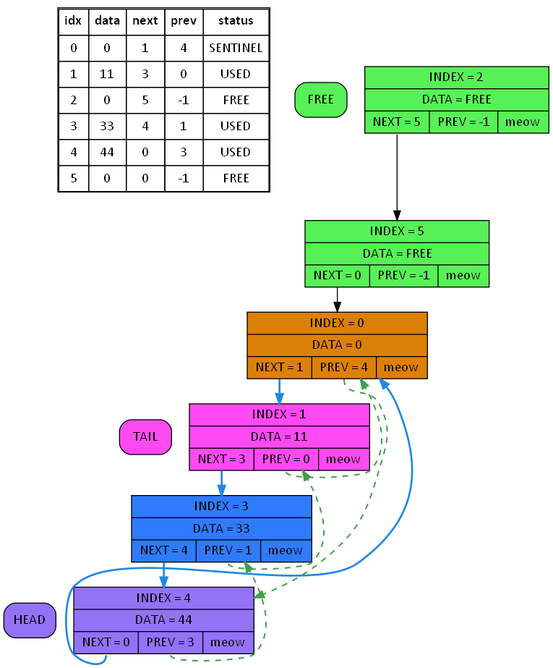
This is dump.png from YegorGr/Lists, a Graphviz export, as it was before one commit. Its source is kept beside it as dump.dot.
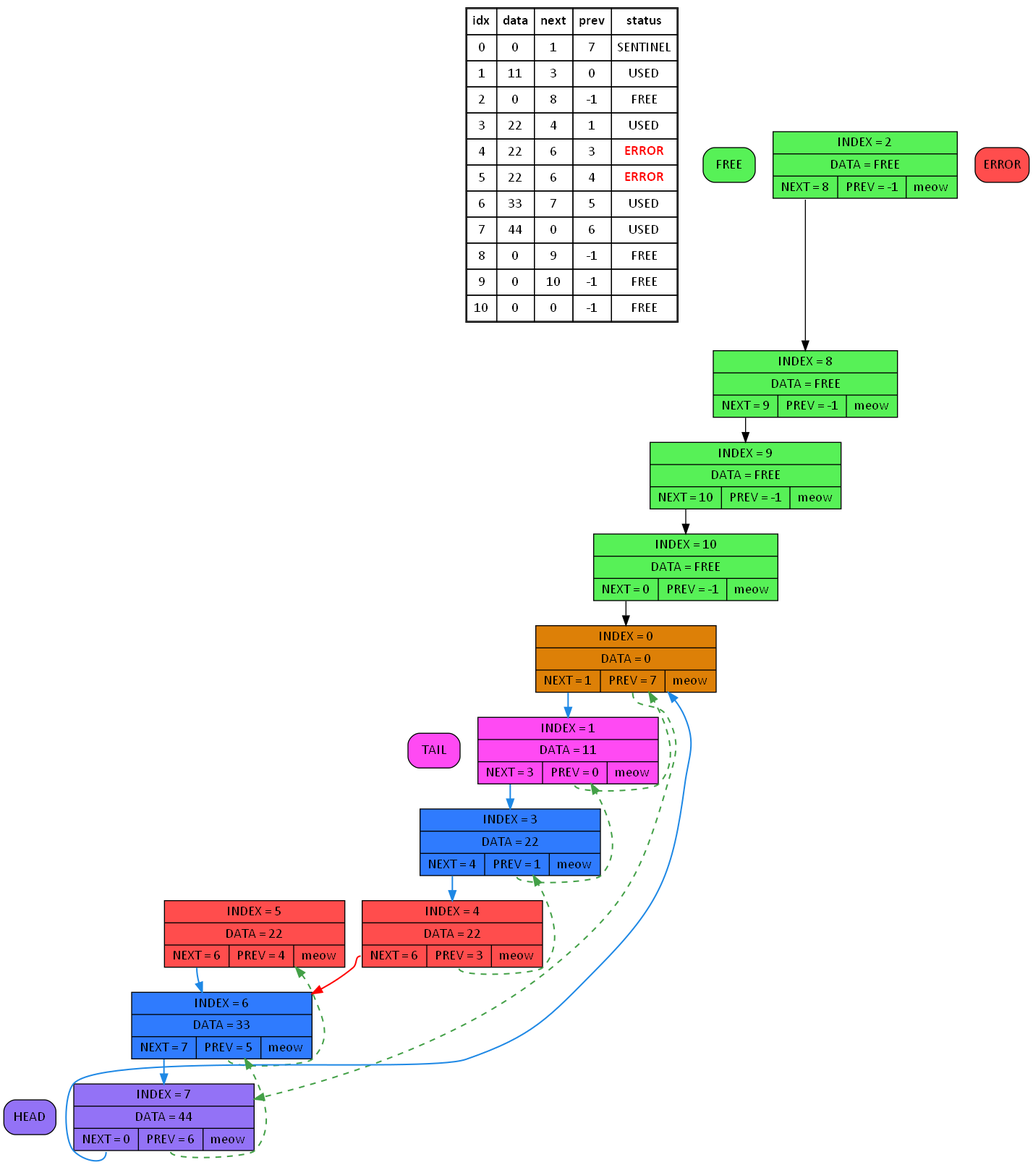
After the commit.

Commit message:
Dump easy

What changed in the source:
```diff
@@ -6,42 +6,61 @@
   table_node [shape=plaintext, label=<
     <TABLE BORDER="1" CELLBORDER="1" CELLSPACING="0" CELLPADDING="5">
       <TR><TD><B>idx</B></TD><TD><B>data</B></TD><TD><B>next</B></TD><TD><B>prev</B></TD><TD><B>status</B></TD></TR>
-      <TR><TD>0</TD><TD>0</TD><TD>1</TD><TD>4</TD><TD>SENTINEL</TD></TR>
+      <TR><TD>0</TD><TD>0</TD><TD>1</TD><TD>7</TD><TD>SENTINEL</TD></TR>
       <TR><TD>1</TD><TD>11</TD><TD>3</TD><TD>0</TD><TD>USED</TD></TR>
-      <TR><TD>2</TD><TD>0</TD><TD>5</TD><TD>-1</TD><TD>FREE</TD></TR>
-      <TR><TD>3</TD><TD>33</TD><TD>4</TD><TD>1</TD><TD>USED</TD></TR>
-      <TR><TD>4</TD><TD>44</TD><TD>0</TD><TD>3</TD><TD>USED</TD></TR>
-      <TR><TD>5</TD><TD>0</TD><TD>0</TD><TD>-1</TD><TD>FREE</TD></TR>
+      <TR><TD>2</TD><TD>0</TD><TD>8</TD><TD>-1</TD><TD>FREE</TD></TR>
+      <TR><TD>3</TD><TD>22</TD><TD>4</TD><TD>1</TD><TD>USED</TD></TR>
+      <TR><TD>4</TD><TD>22</TD><TD>6</TD><TD>3</TD><TD><FONT COLOR="red"><B>ERROR</B></FONT></TD></TR>
+      <TR><TD>5</TD><TD>22</TD><TD>6</TD><TD>4</TD><TD><FONT COLOR="red"><B>ERROR</B></FONT></TD></TR>
+      <TR><TD>6</TD><TD>33</TD><TD>7</TD><TD>5</TD><TD>USED</TD></TR>
+      <TR><TD>7</TD><TD>44</TD><TD>0</TD><TD>6</TD><TD>USED</TD></TR>
+      <TR><TD>8</TD><TD>0</TD><TD>9</TD><TD>-1</TD><TD>FREE</TD></TR>
+      <TR><TD>9</TD><TD>0</TD><TD>10</TD><TD>-1</TD><TD>FREE</TD></TR>
+      <TR><TD>10</TD><TD>0</TD><TD>0</TD><TD>-1</TD><TD>FREE</TD></TR>
     </TABLE>
   >];
 
-  node_0 [shape=record, style=filled, fillcolor="#dd8007", label="{ INDEX = 0 | DATA = 0 | { <n> NEXT = 1 | <p> PREV = 4 | meow } }"];
+  node_0 [shape=record, style=filled, fillcolor="#dd8007", label="{ INDEX = 0 | DATA = 0 | { <n> NEXT = 1 | <p> PREV = 7 | meow } }"];
   node_1 [shape=record, style=filled, fillcolor="#ff4af3", label="{ INDEX = 1 | DATA = 11 | { <n> NEXT = 3 | <p> PREV = 0 | meow } }"];
-  node_2 [shape=record, style=filled, fillcolor="#57f157", label="{ INDEX = 2 | DATA = FREE | { <n> NEXT = 5 | <p> PREV = -1 | meow } }"];
-  node_3 [shape=record, style=filled, fillcolor="#2f7bfe", label="{ INDEX = 3 | DATA = 33 | { <n> NEXT = 4 | <p> PREV = 1 | meow } }"];
-  node_4 [shape=record, style=filled, fillcolor="#9372f6", label="{ INDEX = 4 | DATA = 44 | { <n> NEXT = 0 | <p> PREV = 3 | meow } }"];
-  node_5 [shape=record, style=filled, fillcolor="#57f157", label="{ INDEX = 5 | DATA = FREE | { <n> NEXT = 0 | <p> PREV = -1 | meow } }"];
+  node_2 [shape=record, style=filled, fillcolor="#57f157", label="{ INDEX = 2 | DATA = FREE | { <n> NEXT = 8 | <p> PREV = -1 | meow } }"];
+  node_3 [shape=record, style=filled, fillcolor="#2f7bfe", label="{ INDEX = 3 | DATA = 22 | { <n> NEXT = 4 | <p> PREV = 1 | meow } }"];
+  node_4 [shape=record, style=filled, fillcolor="#ff4d4d", label="{ INDEX = 4 | DATA = 22 | { <n> NEXT = 6 | <p> PREV = 3 | meow } }"];
+  node_5 [shape=record, style=filled, fillcolor="#ff4d4d", label="{ INDEX = 5 | DATA = 22 | { <n> NEXT = 6 | <p> PREV = 4 | meow } }"];
+  node_6 [shape=record, style=filled, fillcolor="#2f7bfe", label="{ INDEX = 6 | DATA = 33 | { <n> NEXT = 7 | <p> PREV = 5 | meow } }"];
+  node_7 [shape=record, style=filled, fillcolor="#9372f6", label="{ INDEX = 7 | DATA = 44 | { <n> NEXT = 0 | <p> PREV = 6 | meow } }"];
+  node_8 [shape=record, style=filled, fillcolor="#57f157", label="{ INDEX = 8 | DATA = FREE | { <n> NEXT = 9 | <p> PREV = -1 | meow } }"];
+  node_9 [shape=record, style=filled, fillcolor="#57f157", label="{ INDEX = 9 | DATA = FREE | { <n> NEXT = 10 | <p> PREV = -1 | meow } }"];
+  node_10 [shape=record, style=filled, fillcolor="#57f157", label="{ INDEX = 10 | DATA = FREE | { <n> NEXT = 0 | <p> PREV = -1 | meow } }"];
 
   node [shape=box, style="rounded,filled"];
   FREE [fillcolor="#57f157"];
   TAIL [fillcolor="#ff4af3"];
-  HEAD [fillcolor="#9372f6"];
+  HEAD  [fillcolor="#9372f6"];
+  ERROR [fillcolor="#ff4d4d"];
 
   { rank=same; FREE; node_2; }
   FREE -> node_2;
   { rank=same; TAIL; node_1; }
   TAIL -> node_1;
-  { rank=same; HEAD; node_4; }
-  HEAD -> node_4;
+  { rank=same; HEAD; node_7; }
+  HEAD -> node_7;
 
-  node_0:n -> node_1 [rank = same, weight=100, color="#1e88e5", penwidth=2];
-  node_0:p -> node_4 [rank = same, color="#43a047", constraint=false, style=dashed, penwidth=1.5];
-  node_1:n -> node_3 [rank = same, weight=100, color="#1e88e5", penwidth=2];
-  node_1:p -> node_0 [rank = same, color="#43a047", constraint=false, style=dashed, penwidth=1.5];
-  node_3:n -> node_4 [rank = same, weight=100, color="#1e88e5", penwidth=2];
-  node_3:p -> node_1 [rank = same, color="#43a047", constraint=false, style=dashed, penwidth=1.5];
-  node_4:n -> node_0 [rank = same, constraint=false, color="#1e88e5", penwidth=2];
-  node_4:p -> node_3 [rank = same, color="#43a047", constraint=false, style=dashed, penwidth=1.5];
-  node_2:n -> node_5 [weight=100];
-  node_5:n -> node_0 [weight=100];
+  node_0:n -> node_1 [rank=same, weight=100, color="#1e88e5", penwidth=1.5];
+  node_0:p -> node_7 [rank=same, color="#43a047", constraint=false, style=dashed, penwidth=1.5];
+  node_1:n -> node_3 [rank=same, weight=100, color="#1e88e5", penwidth=1.5];
+  node_1:p -> node_0 [rank=same, color="#43a047", constraint=false, style=dashed, penwidth=1.5];
+  node_3:n -> node_4 [rank=same, weight=100, color="#1e88e5", penwidth=1.5];
+  node_3:p -> node_1 [rank=same, color="#43a047", constraint=false, style=dashed, penwidth=1.5];
+  node_4:n -> node_6 [rank=same, weight=100, color="#ff0000", penwidth=1.5];
+  node_4:p -> node_3 [rank=same, color="#43a047", constraint=false, style=dashed, penwidth=1.5];
+  node_5:n -> node_6 [rank=same, weight=100, color="#1e88e5", penwidth=1.5];
+  node_5:p -> node_4 [rank=same, color="#ff0000", constraint=false, style=dashed, penwidth=1.5];
+  node_6:n -> node_7 [rank=same, weight=100, color="#1e88e5", penwidth=1.5];
+  node_6:p -> node_5 [rank=same, color="#43a047", constraint=false, style=dashed, penwidth=1.5];
+  node_7:n -> node_0 [rank=same, constraint=false, color="#1e88e5", penwidth=1.5];
+  node_7:p -> node_6 [rank=same, color="#43a047", constraint=false, style=dashed, penwidth=1.5];
+  node_2:n -> node_8 [weight=100];
+  node_8:n -> node_9 [weight=100];
+  node_9:n -> node_10 [weight=100];
+  node_10:n -> node_0 [weight=100];
 }
```
